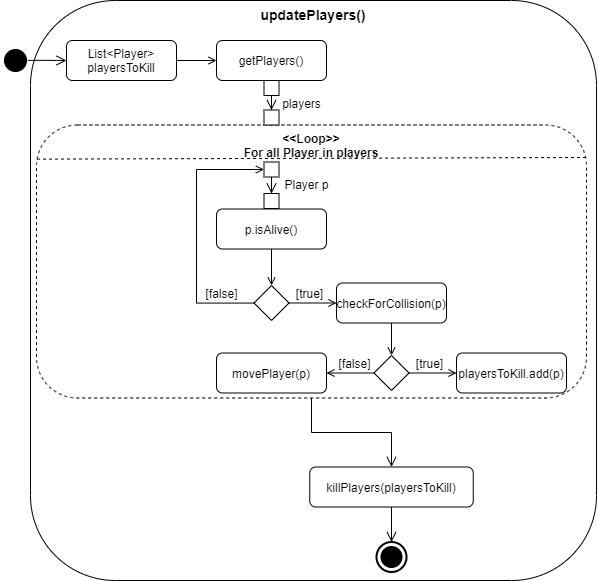
Earlier version of the draw.io export Doku/images/AD_updatePlayers.png (KjellooMelloo/gameoftrons). Source tidied: cells renumbered, new cells last; positions are measured from the earlier drawing's top-left corner, leaving out a move shared by most shapes.
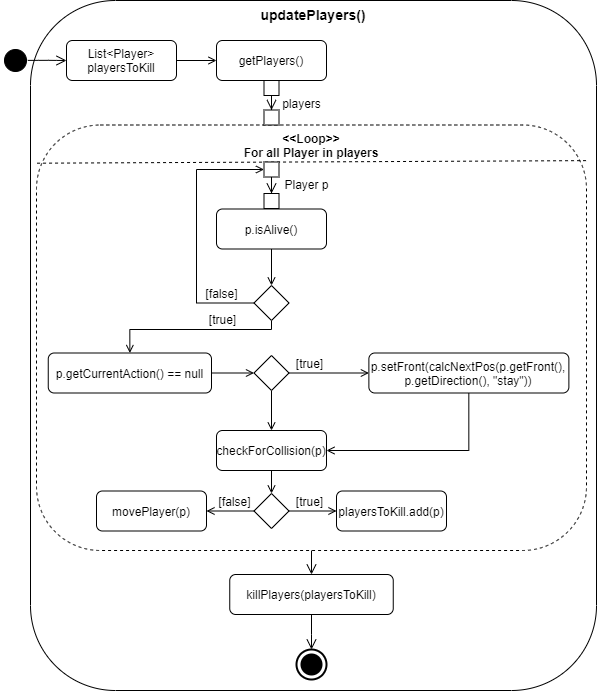
Above is the later version.

What changed in the source:
```diff
@@ -3,13 +3,16 @@
     <mxCell id="0" />
     <mxCell id="1" parent="0" />
     <mxCell id="2" value="&lt;b&gt;&lt;font style=&quot;font-size: 14px&quot;&gt;updatePlayers()&lt;/font&gt;&lt;/b&gt;" style="rounded=1;whiteSpace=wrap;html=1;align=center;verticalAlign=top;" parent="1" vertex="1">
-      <mxGeometry x="30" width="566" height="580" as="geometry" />
+      <mxGeometry x="30" width="566" height="690" as="geometry" />
     </mxCell>
     <mxCell id="3" value="&lt;b&gt;&amp;lt;&amp;lt;Loop&amp;gt;&amp;gt;&lt;br&gt;For all Player in players&lt;br&gt;&lt;/b&gt;" style="shape=ext;rounded=1;html=1;whiteSpace=wrap;dashed=1;verticalAlign=top;align=center;" parent="1" vertex="1">
-      <mxGeometry x="36" y="124.5" width="550" height="273" as="geometry" />
+      <mxGeometry x="36" y="124.5" width="550" height="425.5" as="geometry" />
     </mxCell>
-    <mxCell id="4" style="endArrow=none;dashed=1;html=1;exitX=0.001;exitY=0.125;exitDx=0;exitDy=0;exitPerimeter=0;entryX=1.002;entryY=0.119;entryDx=0;entryDy=0;entryPerimeter=0;" parent="1" edge="1" source="3" target="3">
-      <mxGeometry relative="1" as="geometry" />
+    <mxCell id="4" style="endArrow=none;dashed=1;html=1;exitX=0.001;exitY=0.125;exitDx=0;exitDy=0;exitPerimeter=0;entryX=1.002;entryY=0.119;entryDx=0;entryDy=0;entryPerimeter=0;" parent="1" edge="1">
+      <mxGeometry relative="1" as="geometry">
+        <mxPoint x="36.5" y="162.7" as="sourcePoint" />
+        <mxPoint x="587.1" y="160.1" as="targetPoint" />
+      </mxGeometry>
     </mxCell>
     <mxCell id="5" style="ellipse;html=1;shape=startState;fillColor=#000000;strokeColor=#000000;align=center;" parent="1" vertex="1">
       <mxGeometry y="45" width="30" height="30" as="geometry" />
@@ -41,8 +44,13 @@
     <mxCell id="14" value="players" style="text;html=1;align=center;verticalAlign=middle;" parent="1" vertex="1">
       <mxGeometry x="276" y="92.5" width="50" height="20" as="geometry" />
     </mxCell>
-    <mxCell id="15" style="edgeStyle=orthogonalEdgeStyle;rounded=0;jettySize=auto;html=1;entryX=0;entryY=0.5;entryDx=0;entryDy=0;endArrow=open;endFill=0;" parent="1" edge="1" source="17" target="19">
-      <mxGeometry relative="1" as="geometry" />
+    <mxCell id="15" style="edgeStyle=orthogonalEdgeStyle;rounded=0;jettySize=auto;html=1;entryX=0.5;entryY=0;entryDx=0;entryDy=0;endArrow=open;endFill=0;" parent="1" edge="1" source="17" target="39">
+      <mxGeometry relative="1" as="geometry">
+        <Array as="points">
+          <mxPoint x="271" y="329" />
+          <mxPoint x="129" y="329" />
+        </Array>
+      </mxGeometry>
     </mxCell>
     <mxCell id="16" style="edgeStyle=orthogonalEdgeStyle;rounded=0;jettySize=auto;html=1;entryX=0;entryY=0.5;entryDx=0;entryDy=0;endArrow=open;endFill=0;" parent="1" edge="1" source="17" target="35">
       <mxGeometry relative="1" as="geometry">
@@ -59,10 +67,10 @@
       <mxGeometry relative="1" as="geometry" />
     </mxCell>
     <mxCell id="19" value="checkForCollision(p)" style="shape=rect;html=1;rounded=1;whiteSpace=wrap;align=center;" parent="1" vertex="1">
-      <mxGeometry x="336" y="282.5" width="110" height="40" as="geometry" />
+      <mxGeometry x="216" y="430" width="110" height="40" as="geometry" />
     </mxCell>
     <mxCell id="20" value="[true]" style="text;html=1;align=center;verticalAlign=middle;" parent="1" vertex="1">
-      <mxGeometry x="288.5" y="282.5" width="40" height="20" as="geometry" />
+      <mxGeometry x="201.5" y="309.2" width="40" height="20" as="geometry" />
     </mxCell>
     <mxCell id="21" style="edgeStyle=orthogonalEdgeStyle;rounded=0;jettySize=auto;html=1;entryX=0;entryY=0.5;entryDx=0;entryDy=0;endArrow=open;endFill=0;" parent="1" edge="1" source="23" target="24">
       <mxGeometry relative="1" as="geometry" />
@@ -71,19 +79,19 @@
       <mxGeometry relative="1" as="geometry" />
     </mxCell>
     <mxCell id="23" style="rhombus;whiteSpace=wrap;html=1;strokeColor=#000000;align=center;" parent="1" vertex="1">
-      <mxGeometry x="373.5" y="355" width="35" height="35" as="geometry" />
+      <mxGeometry x="253.5" y="493" width="35" height="35" as="geometry" />
     </mxCell>
     <mxCell id="24" value="playersToKill.add(p)" style="shape=rect;html=1;rounded=1;whiteSpace=wrap;align=center;" parent="1" vertex="1">
-      <mxGeometry x="456" y="352.5" width="110" height="40" as="geometry" />
+      <mxGeometry x="336" y="490.5" width="110" height="40" as="geometry" />
     </mxCell>
     <mxCell id="25" value="[true]" style="text;html=1;align=center;verticalAlign=middle;" parent="1" vertex="1">
-      <mxGeometry x="408.5" y="352.5" width="40" height="20" as="geometry" />
+      <mxGeometry x="288.5" y="490.5" width="40" height="20" as="geometry" />
     </mxCell>
     <mxCell id="26" value="movePlayer(p)" style="shape=rect;html=1;rounded=1;whiteSpace=wrap;align=center;" parent="1" vertex="1">
-      <mxGeometry x="216" y="352.5" width="110" height="40" as="geometry" />
+      <mxGeometry x="96" y="490.5" width="110" height="40" as="geometry" />
     </mxCell>
     <mxCell id="27" value="[false]" style="text;html=1;align=center;verticalAlign=middle;" parent="1" vertex="1">
-      <mxGeometry x="328.5" y="352.5" width="50" height="20" as="geometry" />
+      <mxGeometry x="208.5" y="490.5" width="50" height="20" as="geometry" />
     </mxCell>
     <mxCell id="28" value="[false]" style="text;html=1;align=center;verticalAlign=middle;" parent="1" vertex="1">
       <mxGeometry x="196" y="282.5" width="50" height="20" as="geometry" />
@@ -95,10 +103,10 @@
       <mxGeometry relative="1" as="geometry" />
     </mxCell>
     <mxCell id="31" value="killPlayers(playersToKill)" style="shape=rect;html=1;rounded=1;whiteSpace=wrap;align=center;" parent="1" vertex="1">
-      <mxGeometry x="309.2" y="466.5" width="163.5" height="40" as="geometry" />
+      <mxGeometry x="229.2" y="574" width="163.5" height="40" as="geometry" />
     </mxCell>
     <mxCell id="32" style="html=1;shape=mxgraph.sysml.actFinal;strokeWidth=2;verticalLabelPosition=bottom;verticalAlignment=top;align=center;" parent="1" vertex="1">
-      <mxGeometry x="376" y="541.5" width="30" height="30" as="geometry" />
+      <mxGeometry x="296" y="649" width="30" height="30" as="geometry" />
     </mxCell>
     <mxCell id="33" value="p.isAlive()" style="shape=rect;html=1;rounded=1;whiteSpace=wrap;align=center;" parent="1" vertex="1">
       <mxGeometry x="216" y="208.5" width="110" height="40" as="geometry" />
@@ -115,5 +123,33 @@
     <mxCell id="37" value="Player p" style="text;html=1;align=center;verticalAlign=middle;" parent="1" vertex="1">
       <mxGeometry x="276" y="174" width="60" height="20" as="geometry" />
     </mxCell>
+    <mxCell id="38" style="edgeStyle=orthogonalEdgeStyle;rounded=0;jettySize=auto;html=1;entryX=0;entryY=0.5;entryDx=0;entryDy=0;endArrow=open;endFill=0;" parent="1" edge="1" source="39" target="44">
+      <mxGeometry relative="1" as="geometry" />
+    </mxCell>
+    <mxCell id="39" value="p.getCurrentAction() == null" style="shape=rect;html=1;rounded=1;whiteSpace=wrap;align=center;" parent="1" vertex="1">
+      <mxGeometry x="47.8" y="352.5" width="163.2" height="40" as="geometry" />
+    </mxCell>
+    <mxCell id="40" style="edgeStyle=orthogonalEdgeStyle;rounded=0;jettySize=auto;html=1;entryX=1;entryY=0.5;entryDx=0;entryDy=0;endArrow=open;endFill=0;" parent="1" edge="1" source="41" target="19">
+      <mxGeometry relative="1" as="geometry">
+        <Array as="points">
+          <mxPoint x="468" y="450" />
+        </Array>
+      </mxGeometry>
+    </mxCell>
+    <mxCell id="41" value="p.setFront(calcNextPos(p.getFront(), p.getDirection(), &quot;stay&quot;))" style="shape=rect;html=1;rounded=1;whiteSpace=wrap;align=center;" parent="1" vertex="1">
+      <mxGeometry x="368.4" y="352.5" width="200" height="40" as="geometry" />
+    </mxCell>
+    <mxCell id="42" style="edgeStyle=orthogonalEdgeStyle;rounded=0;jettySize=auto;html=1;entryX=0;entryY=0.5;entryDx=0;entryDy=0;endArrow=open;endFill=0;" parent="1" edge="1" source="44" target="41">
+      <mxGeometry relative="1" as="geometry" />
+    </mxCell>
+    <mxCell id="43" style="edgeStyle=orthogonalEdgeStyle;rounded=0;jettySize=auto;html=1;entryX=0.5;entryY=0;entryDx=0;entryDy=0;endArrow=open;endFill=0;" parent="1" edge="1" source="44" target="19">
+      <mxGeometry relative="1" as="geometry" />
+    </mxCell>
+    <mxCell id="44" style="rhombus;whiteSpace=wrap;html=1;strokeColor=#000000;align=center;" parent="1" vertex="1">
+      <mxGeometry x="253.5" y="355" width="35" height="35" as="geometry" />
+    </mxCell>
+    <mxCell id="45" value="[true]" style="text;html=1;align=center;verticalAlign=middle;" parent="1" vertex="1">
+      <mxGeometry x="288.5" y="352.5" width="40" height="20" as="geometry" />
+    </mxCell>
   </root>
 </mxGraphModel>
```
